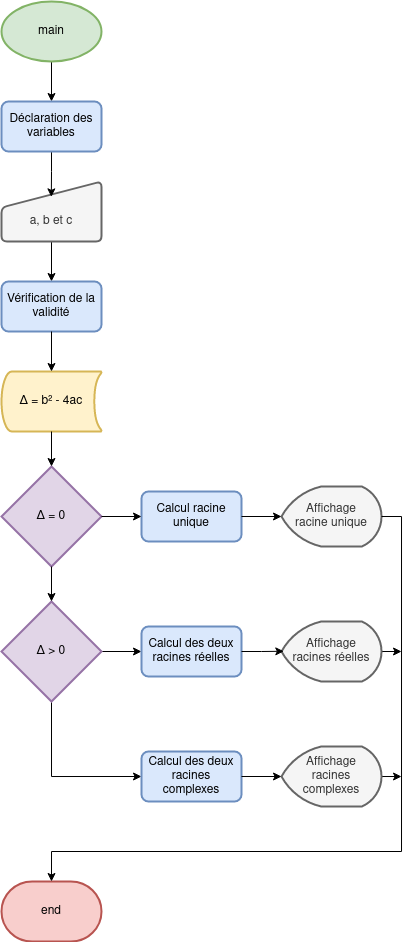
This is notebooks/images/polynome.png from lgrossard/jupyter_2023-2024, a draw.io export, as it was before one commit. Source tidied: cells renumbered, new cells last; positions are measured from the earlier drawing's top-left corner, leaving out a move shared by most shapes. The source it was exported from:
```xml
<mxGraphModel>
  <root>
    <mxCell id="0" />
    <mxCell id="1" parent="0" />
    <mxCell id="2" style="edgeStyle=orthogonalEdgeStyle;rounded=0;jettySize=auto;html=1;exitX=0.5;exitY=1;exitDx=0;exitDy=0;exitPerimeter=0;entryX=0.5;entryY=0;entryDx=0;entryDy=0;" parent="1" edge="1" source="3" target="10">
      <mxGeometry relative="1" as="geometry" />
    </mxCell>
    <mxCell id="3" value="main" style="strokeWidth=2;html=1;shape=mxgraph.flowchart.start_1;whiteSpace=wrap;strokeColor=#82b366;fillColor=#d5e8d4;" parent="1" vertex="1">
      <mxGeometry width="100" height="60" as="geometry" />
    </mxCell>
    <mxCell id="4" style="edgeStyle=orthogonalEdgeStyle;rounded=0;jettySize=auto;html=1;exitX=0.5;exitY=1;exitDx=0;exitDy=0;entryX=0.5;entryY=0;entryDx=0;entryDy=0;" parent="1" edge="1" source="5" target="11">
      <mxGeometry relative="1" as="geometry" />
    </mxCell>
    <mxCell id="5" value="a, b et c" style="html=1;strokeWidth=2;shape=manualInput;whiteSpace=wrap;rounded=1;size=26;arcSize=11;fillColor=#f5f5f5;fontColor=#333333;strokeColor=#666666;labelPosition=center;verticalLabelPosition=middle;align=center;verticalAlign=middle;spacingBottom=-19;" parent="1" vertex="1">
      <mxGeometry y="180" width="100" height="60" as="geometry" />
    </mxCell>
    <mxCell id="6" value="Δ = b² - 4ac" style="strokeWidth=2;html=1;shape=mxgraph.flowchart.stored_data;whiteSpace=wrap;fillColor=#fff2cc;strokeColor=#d6b656;" parent="1" vertex="1">
      <mxGeometry y="370" width="100" height="60" as="geometry" />
    </mxCell>
    <mxCell id="7" value="Δ = 0" style="strokeWidth=2;html=1;shape=mxgraph.flowchart.decision;whiteSpace=wrap;fillColor=#e1d5e7;strokeColor=#9673a6;" parent="1" vertex="1">
      <mxGeometry y="465" width="100" height="100" as="geometry" />
    </mxCell>
    <mxCell id="8" value="&lt;div&gt;Affichage&lt;/div&gt;&lt;div&gt;racine unique&lt;br&gt;&lt;/div&gt;" style="strokeWidth=2;html=1;shape=mxgraph.flowchart.display;whiteSpace=wrap;fillColor=#f5f5f5;fontColor=#333333;strokeColor=#666666;" parent="1" vertex="1">
      <mxGeometry x="280" y="485" width="100" height="60" as="geometry" />
    </mxCell>
    <mxCell id="9" style="edgeStyle=orthogonalEdgeStyle;rounded=0;jettySize=auto;html=1;exitX=0.5;exitY=1;exitDx=0;exitDy=0;entryX=0.498;entryY=0.256;entryDx=0;entryDy=0;entryPerimeter=0;" parent="1" edge="1" source="10" target="5">
      <mxGeometry relative="1" as="geometry" />
    </mxCell>
    <mxCell id="10" value="Déclaration des variables" style="rounded=1;whiteSpace=wrap;html=1;absoluteArcSize=1;arcSize=14;strokeWidth=2;fillColor=#dae8fc;strokeColor=#6c8ebf;" parent="1" vertex="1">
      <mxGeometry y="100" width="100" height="50" as="geometry" />
    </mxCell>
    <mxCell id="11" value="Vérification de la validité" style="rounded=1;whiteSpace=wrap;html=1;absoluteArcSize=1;arcSize=14;strokeWidth=2;fillColor=#dae8fc;strokeColor=#6c8ebf;" parent="1" vertex="1">
      <mxGeometry y="280" width="100" height="50" as="geometry" />
    </mxCell>
    <mxCell id="12" value="Calcul racine unique" style="rounded=1;whiteSpace=wrap;html=1;absoluteArcSize=1;arcSize=14;strokeWidth=2;fillColor=#dae8fc;strokeColor=#6c8ebf;" parent="1" vertex="1">
      <mxGeometry x="140" y="490" width="100" height="50" as="geometry" />
    </mxCell>
    <mxCell id="13" style="edgeStyle=orthogonalEdgeStyle;rounded=0;jettySize=auto;html=1;exitX=1;exitY=0.5;exitDx=0;exitDy=0;exitPerimeter=0;entryX=0;entryY=0.5;entryDx=0;entryDy=0;" parent="1" edge="1" source="15" target="18">
      <mxGeometry relative="1" as="geometry" />
    </mxCell>
    <mxCell id="14" style="edgeStyle=orthogonalEdgeStyle;rounded=0;jettySize=auto;html=1;exitX=0.5;exitY=1;exitDx=0;exitDy=0;exitPerimeter=0;entryX=0;entryY=0.5;entryDx=0;entryDy=0;" parent="1" edge="1" source="15" target="22">
      <mxGeometry relative="1" as="geometry" />
    </mxCell>
    <mxCell id="15" value="Δ &amp;gt; 0" style="strokeWidth=2;html=1;shape=mxgraph.flowchart.decision;whiteSpace=wrap;fillColor=#e1d5e7;strokeColor=#9673a6;" parent="1" vertex="1">
      <mxGeometry y="600" width="100" height="100" as="geometry" />
    </mxCell>
    <mxCell id="16" style="edgeStyle=orthogonalEdgeStyle;rounded=0;jettySize=auto;html=1;exitX=1;exitY=0.5;exitDx=0;exitDy=0;exitPerimeter=0;" parent="1" edge="1" source="17">
      <mxGeometry relative="1" as="geometry">
        <mxPoint x="400" y="650.3" as="targetPoint" />
      </mxGeometry>
    </mxCell>
    <mxCell id="17" value="&lt;div&gt;Affichage&lt;/div&gt;&lt;div&gt;racines réelles&lt;br&gt;&lt;/div&gt;" style="strokeWidth=2;html=1;shape=mxgraph.flowchart.display;whiteSpace=wrap;fillColor=#f5f5f5;fontColor=#333333;strokeColor=#666666;" parent="1" vertex="1">
      <mxGeometry x="280" y="620" width="100" height="60" as="geometry" />
    </mxCell>
    <mxCell id="18" value="Calcul des deux racines réelles" style="rounded=1;whiteSpace=wrap;html=1;absoluteArcSize=1;arcSize=14;strokeWidth=2;fillColor=#dae8fc;strokeColor=#6c8ebf;" parent="1" vertex="1">
      <mxGeometry x="140" y="625" width="100" height="50" as="geometry" />
    </mxCell>
    <mxCell id="19" value="end" style="strokeWidth=2;html=1;shape=mxgraph.flowchart.terminator;whiteSpace=wrap;fillColor=#f8cecc;strokeColor=#b85450;" parent="1" vertex="1">
      <mxGeometry y="880" width="100" height="60" as="geometry" />
    </mxCell>
    <mxCell id="20" style="edgeStyle=orthogonalEdgeStyle;rounded=0;jettySize=auto;html=1;exitX=1;exitY=0.5;exitDx=0;exitDy=0;exitPerimeter=0;" parent="1" edge="1" source="21">
      <mxGeometry relative="1" as="geometry">
        <mxPoint x="400" y="774.9" as="targetPoint" />
      </mxGeometry>
    </mxCell>
    <mxCell id="21" value="&lt;div&gt;Affichage&lt;/div&gt;&lt;div&gt;racines complexes&lt;br&gt;&lt;/div&gt;" style="strokeWidth=2;html=1;shape=mxgraph.flowchart.display;whiteSpace=wrap;fillColor=#f5f5f5;fontColor=#333333;strokeColor=#666666;" parent="1" vertex="1">
      <mxGeometry x="280" y="745" width="100" height="60" as="geometry" />
    </mxCell>
    <mxCell id="22" value="Calcul des deux racines complexes" style="rounded=1;whiteSpace=wrap;html=1;absoluteArcSize=1;arcSize=14;strokeWidth=2;fillColor=#dae8fc;strokeColor=#6c8ebf;" parent="1" vertex="1">
      <mxGeometry x="140" y="750" width="100" height="50" as="geometry" />
    </mxCell>
    <mxCell id="23" style="edgeStyle=orthogonalEdgeStyle;rounded=0;jettySize=auto;html=1;exitX=0.5;exitY=1;exitDx=0;exitDy=0;entryX=0.5;entryY=0;entryDx=0;entryDy=0;entryPerimeter=0;" parent="1" edge="1" source="11" target="6">
      <mxGeometry relative="1" as="geometry" />
    </mxCell>
    <mxCell id="24" style="edgeStyle=orthogonalEdgeStyle;rounded=0;jettySize=auto;html=1;exitX=0.5;exitY=1;exitDx=0;exitDy=0;exitPerimeter=0;entryX=0.5;entryY=0;entryDx=0;entryDy=0;entryPerimeter=0;" parent="1" edge="1" source="6" target="7">
      <mxGeometry relative="1" as="geometry" />
    </mxCell>
    <mxCell id="25" style="edgeStyle=orthogonalEdgeStyle;rounded=0;jettySize=auto;html=1;exitX=1;exitY=0.5;exitDx=0;exitDy=0;exitPerimeter=0;entryX=0;entryY=0.5;entryDx=0;entryDy=0;" parent="1" edge="1" source="7" target="12">
      <mxGeometry relative="1" as="geometry" />
    </mxCell>
    <mxCell id="26" style="edgeStyle=orthogonalEdgeStyle;rounded=0;jettySize=auto;html=1;exitX=1;exitY=0.5;exitDx=0;exitDy=0;entryX=0;entryY=0.5;entryDx=0;entryDy=0;entryPerimeter=0;" parent="1" edge="1" source="12" target="8">
      <mxGeometry relative="1" as="geometry" />
    </mxCell>
    <mxCell id="27" style="edgeStyle=orthogonalEdgeStyle;rounded=0;jettySize=auto;html=1;exitX=0.5;exitY=1;exitDx=0;exitDy=0;exitPerimeter=0;entryX=0.5;entryY=0;entryDx=0;entryDy=0;entryPerimeter=0;" parent="1" edge="1" source="7" target="15">
      <mxGeometry relative="1" as="geometry" />
    </mxCell>
    <mxCell id="28" style="edgeStyle=orthogonalEdgeStyle;rounded=0;jettySize=auto;html=1;exitX=1;exitY=0.5;exitDx=0;exitDy=0;entryX=0.023;entryY=0.496;entryDx=0;entryDy=0;entryPerimeter=0;" parent="1" edge="1" source="18" target="17">
      <mxGeometry relative="1" as="geometry" />
    </mxCell>
    <mxCell id="29" style="edgeStyle=orthogonalEdgeStyle;rounded=0;jettySize=auto;html=1;exitX=1;exitY=0.5;exitDx=0;exitDy=0;entryX=0;entryY=0.5;entryDx=0;entryDy=0;entryPerimeter=0;" parent="1" edge="1" source="22" target="21">
      <mxGeometry relative="1" as="geometry" />
    </mxCell>
    <mxCell id="30" style="edgeStyle=orthogonalEdgeStyle;rounded=0;jettySize=auto;html=1;entryX=0.5;entryY=0;entryDx=0;entryDy=0;entryPerimeter=0;exitX=1;exitY=0.5;exitDx=0;exitDy=0;exitPerimeter=0;" parent="1" edge="1" source="8">
      <mxGeometry relative="1" as="geometry">
        <mxPoint x="50" y="880" as="targetPoint" />
        <Array as="points">
          <mxPoint x="400" y="515" />
          <mxPoint x="400" y="850" />
          <mxPoint x="50" y="850" />
        </Array>
      </mxGeometry>
    </mxCell>
  </root>
</mxGraphModel>
```
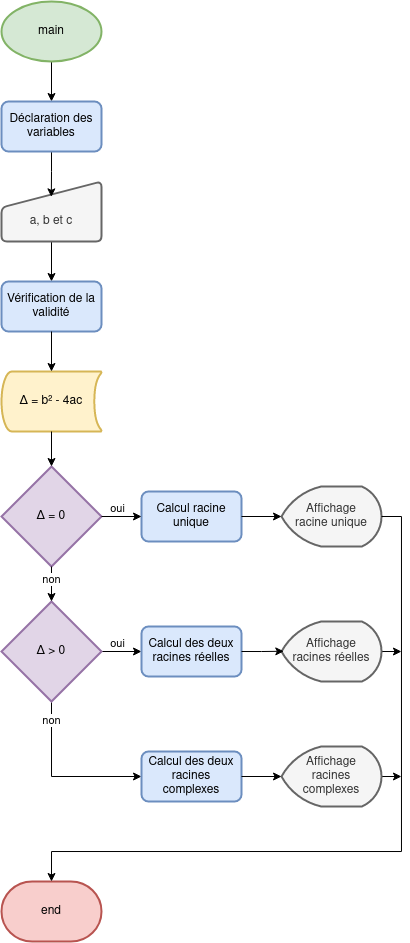
Above is the later version.

Commit message:
ajout texte oui/non sur tests

Diff of the diagram source:
```diff
@@ -38,9 +38,19 @@
     <mxCell id="13" style="edgeStyle=orthogonalEdgeStyle;rounded=0;jettySize=auto;html=1;exitX=1;exitY=0.5;exitDx=0;exitDy=0;exitPerimeter=0;entryX=0;entryY=0.5;entryDx=0;entryDy=0;" parent="1" edge="1" source="15" target="18">
       <mxGeometry relative="1" as="geometry" />
     </mxCell>
+    <mxCell id="31" value="oui" style="edgeLabel;html=1;align=center;verticalAlign=middle;" parent="13" vertex="1">
+      <mxGeometry x="0.15" y="-2" relative="1" as="geometry">
+        <mxPoint x="-7" y="-10" as="offset" />
+      </mxGeometry>
+    </mxCell>
     <mxCell id="14" style="edgeStyle=orthogonalEdgeStyle;rounded=0;jettySize=auto;html=1;exitX=0.5;exitY=1;exitDx=0;exitDy=0;exitPerimeter=0;entryX=0;entryY=0.5;entryDx=0;entryDy=0;" parent="1" edge="1" source="15" target="22">
       <mxGeometry relative="1" as="geometry" />
     </mxCell>
+    <mxCell id="32" value="non" style="edgeLabel;html=1;align=center;verticalAlign=middle;" parent="14" vertex="1">
+      <mxGeometry x="-0.5" relative="1" as="geometry">
+        <mxPoint y="-22" as="offset" />
+      </mxGeometry>
+    </mxCell>
     <mxCell id="15" value="Δ &amp;gt; 0" style="strokeWidth=2;html=1;shape=mxgraph.flowchart.decision;whiteSpace=wrap;fillColor=#e1d5e7;strokeColor=#9673a6;" parent="1" vertex="1">
       <mxGeometry y="600" width="100" height="100" as="geometry" />
     </mxCell>
@@ -78,12 +88,22 @@
     <mxCell id="25" style="edgeStyle=orthogonalEdgeStyle;rounded=0;jettySize=auto;html=1;exitX=1;exitY=0.5;exitDx=0;exitDy=0;exitPerimeter=0;entryX=0;entryY=0.5;entryDx=0;entryDy=0;" parent="1" edge="1" source="7" target="12">
       <mxGeometry relative="1" as="geometry" />
     </mxCell>
+    <mxCell id="33" value="oui" style="edgeLabel;html=1;align=center;verticalAlign=middle;" parent="25" vertex="1">
+      <mxGeometry x="-0.45" y="-2" relative="1" as="geometry">
+        <mxPoint x="5" y="-10" as="offset" />
+      </mxGeometry>
+    </mxCell>
     <mxCell id="26" style="edgeStyle=orthogonalEdgeStyle;rounded=0;jettySize=auto;html=1;exitX=1;exitY=0.5;exitDx=0;exitDy=0;entryX=0;entryY=0.5;entryDx=0;entryDy=0;entryPerimeter=0;" parent="1" edge="1" source="12" target="8">
       <mxGeometry relative="1" as="geometry" />
     </mxCell>
     <mxCell id="27" style="edgeStyle=orthogonalEdgeStyle;rounded=0;jettySize=auto;html=1;exitX=0.5;exitY=1;exitDx=0;exitDy=0;exitPerimeter=0;entryX=0.5;entryY=0;entryDx=0;entryDy=0;entryPerimeter=0;" parent="1" edge="1" source="7" target="15">
       <mxGeometry relative="1" as="geometry" />
     </mxCell>
+    <mxCell id="34" value="non" style="edgeLabel;html=1;align=center;verticalAlign=middle;" parent="27" vertex="1">
+      <mxGeometry x="-0.31" relative="1" as="geometry">
+        <mxPoint y="1" as="offset" />
+      </mxGeometry>
+    </mxCell>
     <mxCell id="28" style="edgeStyle=orthogonalEdgeStyle;rounded=0;jettySize=auto;html=1;exitX=1;exitY=0.5;exitDx=0;exitDy=0;entryX=0.023;entryY=0.496;entryDx=0;entryDy=0;entryPerimeter=0;" parent="1" edge="1" source="18" target="17">
       <mxGeometry relative="1" as="geometry" />
     </mxCell>
```
